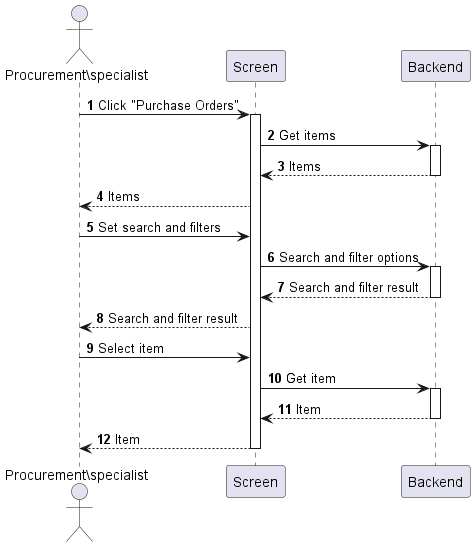
This is Lab1/Lab1.2/sequences/purchase-order-view.png from phihungha/SE357-Practice-class, a PlantUML export, as it was before one commit.
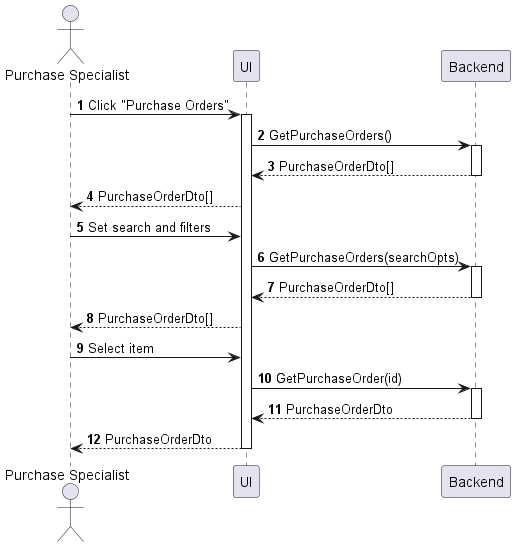
After the change.

What changed in the source:
```diff
@@ -1,24 +1,24 @@
 @startuml purchase-order-view
 autonumber
 
-actor "Procurement\specialist" as a
-participant Screen as f
+actor "Purchase Specialist" as a
+participant UI as f
 participant Backend as b
 
 a -> f : Click "Purchase Orders"
 activate f
-f -> b : Get items
+f -> b : GetPurchaseOrders()
 activate b
-return Items
-f --> a : Items
+return PurchaseOrderDto[]
+f --> a : PurchaseOrderDto[]
 a -> f : Set search and filters
-f -> b : Search and filter options
+f -> b : GetPurchaseOrders(searchOpts)
 activate b
-return Search and filter result
-f --> a : Search and filter result
+return PurchaseOrderDto[]
+f --> a : PurchaseOrderDto[]
 a -> f : Select item
-f -> b : Get item
+f -> b : GetPurchaseOrder(id)
 activate b
-return Item
-return Item
+return PurchaseOrderDto
+return PurchaseOrderDto
 @enduml
```
